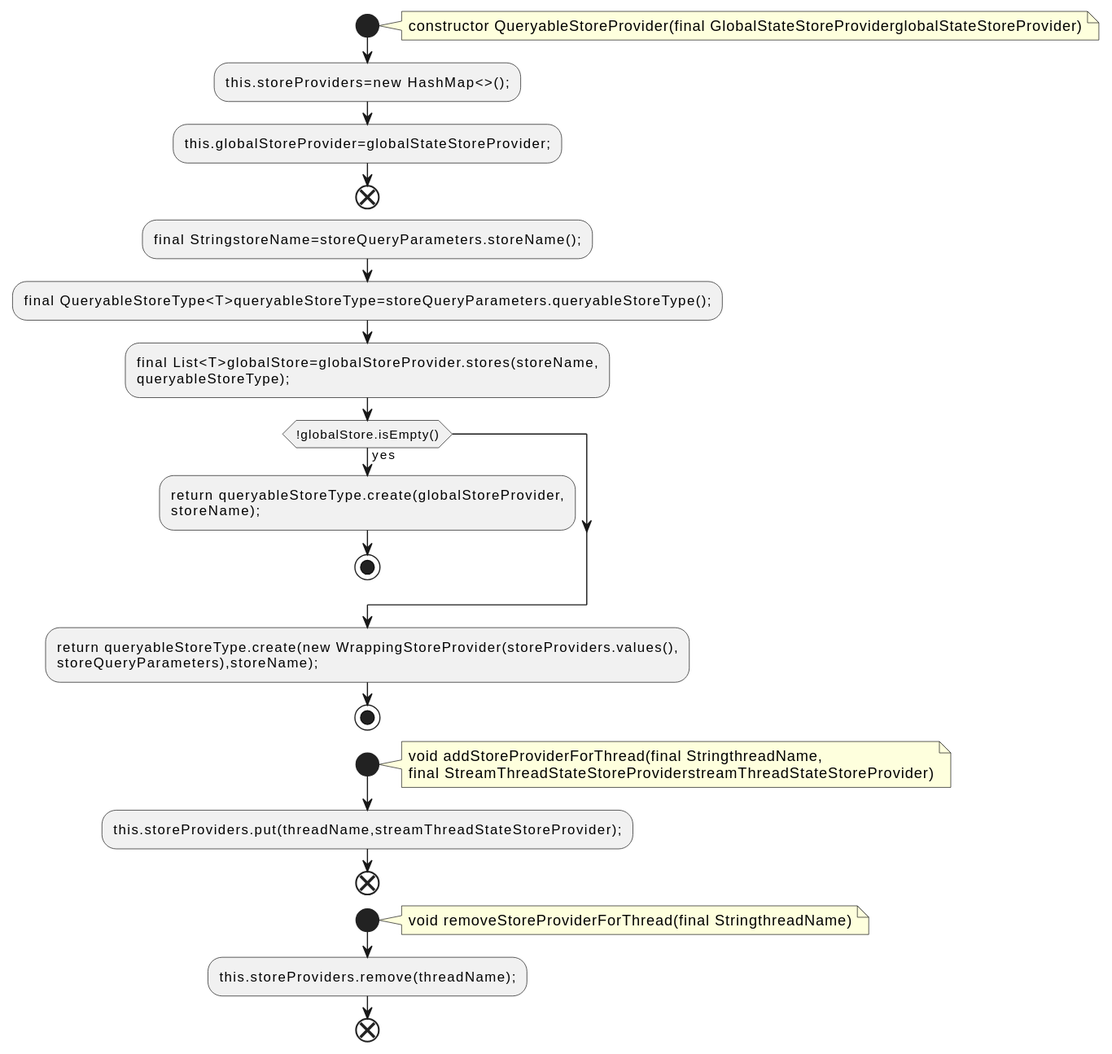
Before: docs/qc/streams/src/main/java/org/apache/kafka/streams/state/internals/QueryableStoreProvider.java.fct.svg, a diagram exported from PlantUML (qualitesys/kafka).
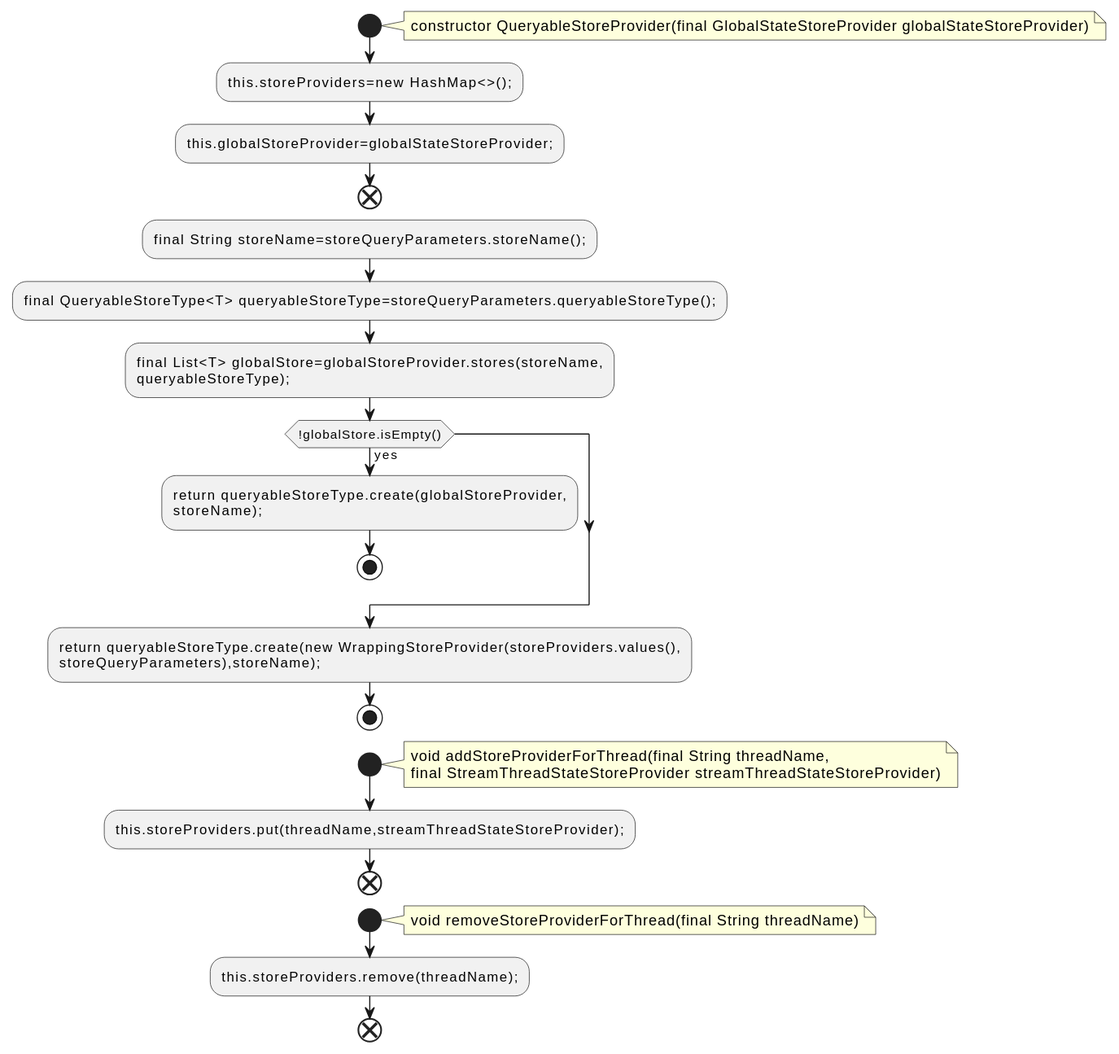
After the commit.

What changed in the source:
```diff
@@ -2,14 +2,14 @@
 !pragma layout smetana
 start
 note right
-constructor QueryableStoreProvider(final GlobalStateStoreProviderglobalStateStoreProvider)
+constructor QueryableStoreProvider(final GlobalStateStoreProvider globalStateStoreProvider)
 end note
 :this.storeProviders=new HashMap<>();;
 :this.globalStoreProvider=globalStateStoreProvider;;
 end
-:final StringstoreName=storeQueryParameters.storeName();;
-:final QueryableStoreType<T>queryableStoreType=storeQueryParameters.queryableStoreType();;
-:final List<T>globalStore=globalStoreProvider.stores(storeName,
+:final String storeName=storeQueryParameters.storeName();;
+:final QueryableStoreType<T> queryableStoreType=storeQueryParameters.queryableStoreType();;
+:final List<T> globalStore=globalStoreProvider.stores(storeName,
 queryableStoreType);;
 if (!globalStore.isEmpty()) then (yes)
 :return queryableStoreType.create(globalStoreProvider,
@@ -21,14 +21,14 @@
 stop
 start
 note right
-void addStoreProviderForThread(final StringthreadName,
-final StreamThreadStateStoreProviderstreamThreadStateStoreProvider)
+void addStoreProviderForThread(final String threadName,
+final StreamThreadStateStoreProvider streamThreadStateStoreProvider)
 end note
 :this.storeProviders.put(threadName,streamThreadStateStoreProvider);;
 end
 start
 note right
-void removeStoreProviderForThread(final StringthreadName)
+void removeStoreProviderForThread(final String threadName)
 end note
 :this.storeProviders.remove(threadName);;
 end
```
